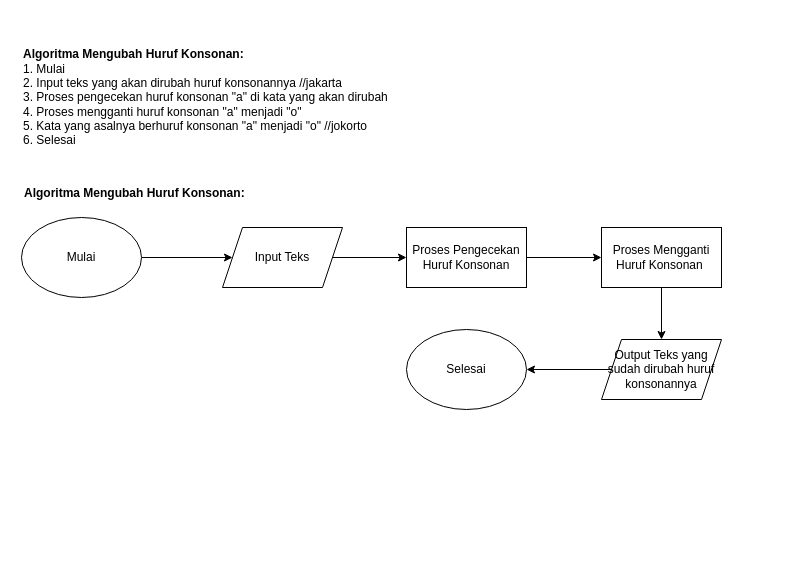
Earlier version of the draw.io diagram Web-13/Week 2/1.b. Merubah Huruf Konsonan.drawio (muhammadteguhhernawankurnia/web-13). Source tidied: cells renumbered, new cells numbered last; positions are measured from the earlier drawing's top-left corner, leaving out a move shared by most shapes. Both pictures are drawn from the tidied source at 100%, with x=0, y=0 at pixel (17, 17).
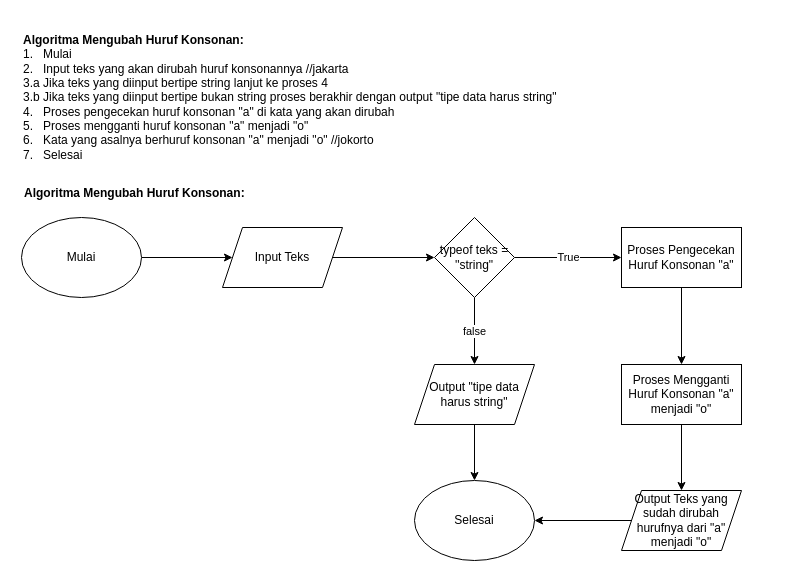
Above is the later version.

What changed in the source:
```diff
@@
 <mxGraphModel>
   <root>
     <mxCell id="0" />
     <mxCell id="1" parent="0" />
-    <mxCell id="2" value="&lt;div style=&quot;text-align: justify;&quot;&gt;&lt;b style=&quot;background-color: initial;&quot;&gt;Algoritma Mengubah Huruf Konsonan:&lt;/b&gt;&lt;/div&gt;&lt;span style=&quot;background-color: initial;&quot;&gt;&lt;div style=&quot;text-align: justify;&quot;&gt;&lt;span style=&quot;background-color: initial;&quot;&gt;1. Mulai&lt;/span&gt;&lt;/div&gt;&lt;div style=&quot;text-align: justify;&quot;&gt;&lt;span style=&quot;background-color: initial;&quot;&gt;2. Input teks yang akan dirubah huruf konsonannya //jakarta&lt;/span&gt;&lt;/div&gt;&lt;div style=&quot;text-align: justify;&quot;&gt;&lt;span style=&quot;background-color: initial;&quot;&gt;3. Proses pengecekan huruf konsonan &quot;a&quot; di kata yang akan dirubah&lt;/span&gt;&lt;/div&gt;&lt;div style=&quot;text-align: justify;&quot;&gt;&lt;span style=&quot;background-color: initial;&quot;&gt;4. Proses mengganti huruf konsonan &quot;a&quot; menjadi &quot;o&quot;&lt;/span&gt;&lt;/div&gt;&lt;div style=&quot;text-align: justify;&quot;&gt;&lt;span style=&quot;background-color: initial;&quot;&gt;5. Kata yang asalnya berhuruf konsonan &quot;a&quot; menjadi &quot;o&quot; //jokorto&lt;/span&gt;&lt;/div&gt;&lt;/span&gt;&lt;div style=&quot;text-align: justify;&quot;&gt;&lt;span style=&quot;background-color: initial;&quot;&gt;6. Selesai&lt;/span&gt;&lt;/div&gt;" style="text;html=1;strokeColor=none;fillColor=none;align=left;verticalAlign=middle;whiteSpace=wrap;rounded=0;" parent="1" vertex="1">
+    <mxCell id="2" value="&lt;div style=&quot;text-align: justify;&quot;&gt;&lt;b style=&quot;background-color: initial;&quot;&gt;Algoritma Mengubah Huruf Konsonan:&lt;/b&gt;&lt;/div&gt;&lt;span style=&quot;background-color: initial;&quot;&gt;&lt;div style=&quot;text-align: justify;&quot;&gt;&lt;span style=&quot;background-color: initial;&quot;&gt;1.&amp;nbsp; &amp;nbsp;Mulai&lt;/span&gt;&lt;/div&gt;&lt;div style=&quot;text-align: justify;&quot;&gt;&lt;span style=&quot;background-color: initial;&quot;&gt;2.&amp;nbsp; &amp;nbsp;Input teks yang akan dirubah huruf konsonannya //jakarta&lt;/span&gt;&lt;/div&gt;&lt;div style=&quot;text-align: justify;&quot;&gt;&lt;span style=&quot;background-color: initial;&quot;&gt;3.a Jika teks yang diinput bertipe string lanjut ke proses 4&lt;/span&gt;&lt;/div&gt;&lt;div style=&quot;text-align: justify;&quot;&gt;&lt;span style=&quot;background-color: initial;&quot;&gt;3.b Jika teks yang diinput bertipe bukan string proses berakhir dengan output &quot;tipe data harus string&quot;&lt;/span&gt;&lt;/div&gt;&lt;div style=&quot;text-align: justify;&quot;&gt;&lt;span style=&quot;background-color: initial;&quot;&gt;4.&amp;nbsp; &amp;nbsp;Proses pengecekan huruf konsonan &quot;a&quot; di kata yang akan dirubah&lt;/span&gt;&lt;/div&gt;&lt;div style=&quot;text-align: justify;&quot;&gt;&lt;span style=&quot;background-color: initial;&quot;&gt;5.&amp;nbsp; &amp;nbsp;Proses mengganti huruf konsonan &quot;a&quot; menjadi &quot;o&quot;&lt;/span&gt;&lt;/div&gt;&lt;div style=&quot;text-align: justify;&quot;&gt;&lt;span style=&quot;background-color: initial;&quot;&gt;6.&amp;nbsp; &amp;nbsp;Kata yang asalnya berhuruf konsonan &quot;a&quot; menjadi &quot;o&quot; //jokorto&lt;/span&gt;&lt;/div&gt;&lt;/span&gt;&lt;div style=&quot;text-align: justify;&quot;&gt;&lt;span style=&quot;background-color: initial;&quot;&gt;7.&amp;nbsp; &amp;nbsp;Selesai&lt;/span&gt;&lt;/div&gt;" style="text;html=1;strokeColor=none;fillColor=none;align=left;verticalAlign=middle;whiteSpace=wrap;rounded=0;" parent="1" vertex="1">
       <mxGeometry x="4" width="760" height="160" as="geometry" />
     </mxCell>
     <mxCell id="3" value="&lt;b&gt;Algoritma Mengubah Huruf Konsonan:&lt;span style=&quot;white-space: pre;&quot;&gt;&#9;&lt;/span&gt;&lt;/b&gt;" style="text;html=1;strokeColor=none;fillColor=none;align=center;verticalAlign=middle;whiteSpace=wrap;rounded=0;" parent="1" vertex="1">
       <mxGeometry y="161" width="254" height="30" as="geometry" />
     </mxCell>
     <mxCell id="4" style="edgeStyle=orthogonalEdgeStyle;rounded=0;jettySize=auto;html=1;" parent="1" edge="1" source="5" target="7">
       <mxGeometry relative="1" as="geometry" />
     </mxCell>
     <mxCell id="5" value="Mulai" style="ellipse;whiteSpace=wrap;html=1;" parent="1" vertex="1">
       <mxGeometry x="4" y="200" width="120" height="80" as="geometry" />
     </mxCell>
-    <mxCell id="6" style="edgeStyle=orthogonalEdgeStyle;rounded=0;jettySize=auto;html=1;" parent="1" edge="1" source="7" target="9">
-      <mxGeometry relative="1" as="geometry" />
-    </mxCell>
+    <mxCell id="15" style="edgeStyle=orthogonalEdgeStyle;rounded=0;jettySize=auto;html=1;" parent="1" edge="1" source="7" target="18">
+      <mxGeometry relative="1" as="geometry" />
+    </mxCell>
     <mxCell id="7" value="Input Teks" style="shape=parallelogram;perimeter=parallelogramPerimeter;whiteSpace=wrap;html=1;fixedSize=1;" parent="1" vertex="1">
       <mxGeometry x="205" y="210" width="120" height="60" as="geometry" />
     </mxCell>
     <mxCell id="8" style="edgeStyle=orthogonalEdgeStyle;rounded=0;jettySize=auto;html=1;" parent="1" edge="1" source="9" target="11">
       <mxGeometry relative="1" as="geometry" />
     </mxCell>
-    <mxCell id="9" value="Proses Pengecekan Huruf Konsonan" style="rounded=0;whiteSpace=wrap;html=1;" parent="1" vertex="1">
-      <mxGeometry x="389" y="210" width="120" height="60" as="geometry" />
+    <mxCell id="9" value="Proses Pengecekan Huruf Konsonan &quot;a&quot;" style="rounded=0;whiteSpace=wrap;html=1;" parent="1" vertex="1">
+      <mxGeometry x="604" y="210" width="120" height="60" as="geometry" />
     </mxCell>
     <mxCell id="10" style="edgeStyle=orthogonalEdgeStyle;rounded=0;jettySize=auto;html=1;" parent="1" edge="1" source="11" target="13">
       <mxGeometry relative="1" as="geometry" />
     </mxCell>
-    <mxCell id="11" value="Proses Mengganti Huruf Konsonan&amp;nbsp;" style="rounded=0;whiteSpace=wrap;html=1;" parent="1" vertex="1">
-      <mxGeometry x="584" y="210" width="120" height="60" as="geometry" />
+    <mxCell id="11" value="Proses Mengganti Huruf Konsonan &quot;a&quot; menjadi &quot;o&quot;" style="rounded=0;whiteSpace=wrap;html=1;" parent="1" vertex="1">
+      <mxGeometry x="604" y="347" width="120" height="60" as="geometry" />
     </mxCell>
     <mxCell id="12" style="edgeStyle=orthogonalEdgeStyle;rounded=0;jettySize=auto;html=1;" parent="1" edge="1" source="13" target="14">
       <mxGeometry relative="1" as="geometry" />
     </mxCell>
-    <mxCell id="13" value="Output Teks yang sudah dirubah huruf konsonannya" style="shape=parallelogram;perimeter=parallelogramPerimeter;whiteSpace=wrap;html=1;fixedSize=1;" parent="1" vertex="1">
-      <mxGeometry x="584" y="322" width="120" height="60" as="geometry" />
+    <mxCell id="13" value="Output Teks yang sudah dirubah hurufnya dari &quot;a&quot; menjadi &quot;o&quot;" style="shape=parallelogram;perimeter=parallelogramPerimeter;whiteSpace=wrap;html=1;fixedSize=1;" parent="1" vertex="1">
+      <mxGeometry x="604" y="473" width="120" height="60" as="geometry" />
     </mxCell>
     <mxCell id="14" value="Selesai" style="ellipse;whiteSpace=wrap;html=1;" parent="1" vertex="1">
-      <mxGeometry x="389" y="312" width="120" height="80" as="geometry" />
+      <mxGeometry x="397" y="463" width="120" height="80" as="geometry" />
     </mxCell>
+    <mxCell id="16" value="True" style="edgeStyle=orthogonalEdgeStyle;rounded=0;jettySize=auto;html=1;" parent="1" edge="1" source="18" target="9">
+      <mxGeometry relative="1" as="geometry" />
+    </mxCell>
+    <mxCell id="17" value="false" style="edgeStyle=orthogonalEdgeStyle;rounded=0;jettySize=auto;html=1;" parent="1" edge="1" source="18" target="20">
+      <mxGeometry relative="1" as="geometry" />
+    </mxCell>
+    <mxCell id="18" value="typeof teks = ''string&quot;" style="rhombus;whiteSpace=wrap;html=1;" parent="1" vertex="1">
+      <mxGeometry x="417" y="200" width="80" height="80" as="geometry" />
+    </mxCell>
+    <mxCell id="19" style="edgeStyle=orthogonalEdgeStyle;rounded=0;jettySize=auto;html=1;" parent="1" edge="1" source="20" target="14">
+      <mxGeometry relative="1" as="geometry" />
+    </mxCell>
+    <mxCell id="20" value="Output &quot;tipe data harus string&quot;" style="shape=parallelogram;perimeter=parallelogramPerimeter;whiteSpace=wrap;html=1;fixedSize=1;" parent="1" vertex="1">
+      <mxGeometry x="397" y="347" width="120" height="60" as="geometry" />
+    </mxCell>
   </root>
 </mxGraphModel>
```
